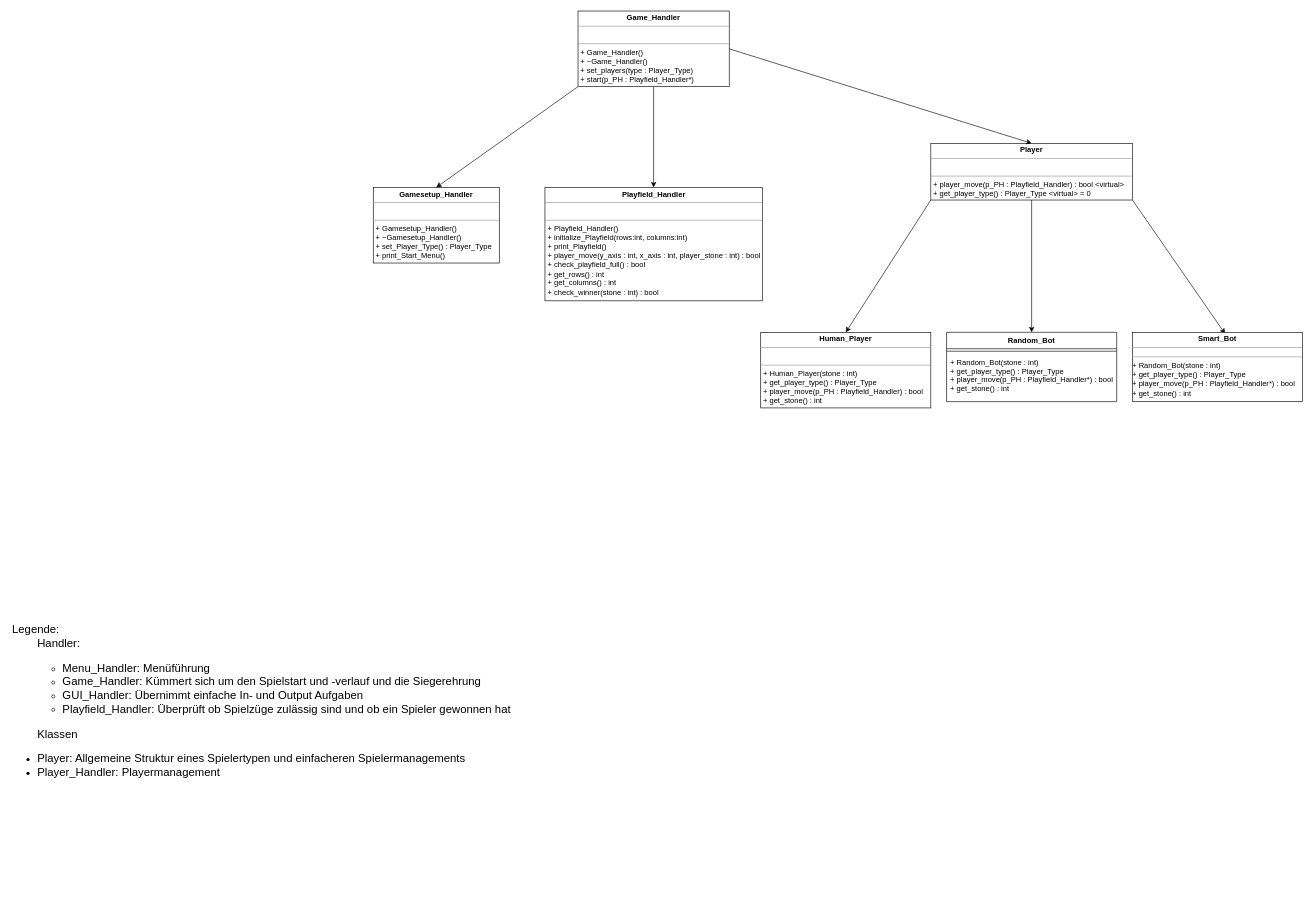
Above: Programm.drawio in Davorus/TicTacToe (draw.io), before the change. Source tidied: cells renumbered, new cells numbered last; positions are measured from the earlier drawing's top-left corner, leaving out a move shared by most shapes. Both pictures are drawn from the tidied source at 63%, with x=0, y=0 at pixel (11, 11).
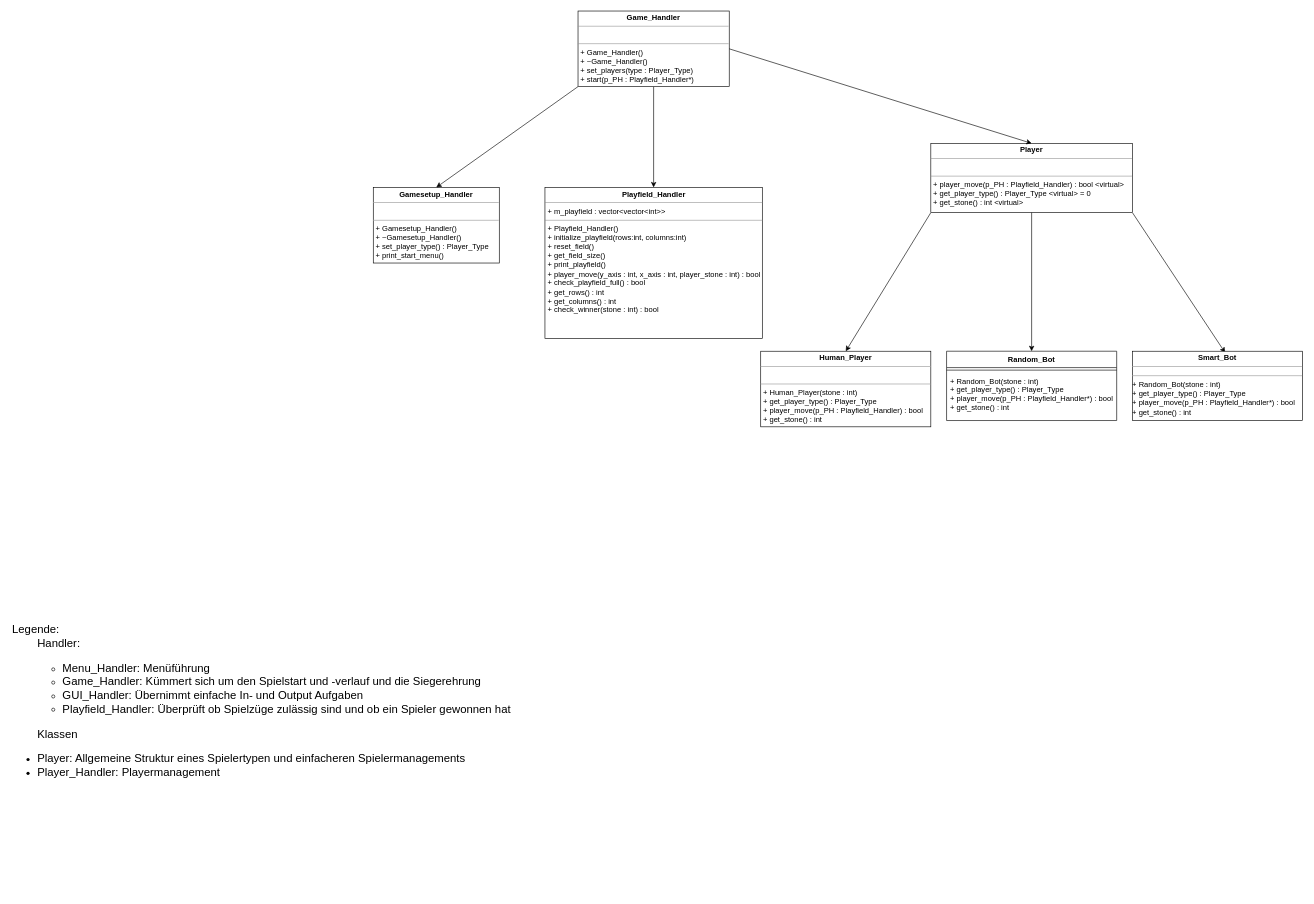
The same page after the edit.

Change to the diagram source:
```diff
@@
 <mxGraphModel>
   <root>
     <mxCell id="0" />
     <mxCell id="1" parent="0" />
-    <mxCell id="2" value="&lt;p style=&quot;margin: 0px ; margin-top: 4px ; text-align: center&quot;&gt;&lt;b&gt;Gamesetup_Handler&lt;/b&gt;&lt;/p&gt;&lt;hr size=&quot;1&quot;&gt;&lt;p style=&quot;margin: 0px ; margin-left: 4px&quot;&gt;&lt;br&gt;&lt;/p&gt;&lt;hr size=&quot;1&quot;&gt;&lt;p style=&quot;margin: 0px ; margin-left: 4px&quot;&gt;+ Gamesetup_Handler()&lt;/p&gt;&lt;p style=&quot;margin: 0px ; margin-left: 4px&quot;&gt;+ ~Gamesetup_Handler()&lt;/p&gt;&lt;p style=&quot;margin: 0px ; margin-left: 4px&quot;&gt;+ set_Player_Type() : Player_Type&lt;/p&gt;&lt;p style=&quot;margin: 0px ; margin-left: 4px&quot;&gt;+ print_Start_Menu()&lt;/p&gt;" style="verticalAlign=top;align=left;overflow=fill;fontSize=12;fontFamily=Helvetica;html=1;" parent="1" vertex="1">
+    <mxCell id="2" value="&lt;p style=&quot;margin: 0px ; margin-top: 4px ; text-align: center&quot;&gt;&lt;b&gt;Gamesetup_Handler&lt;/b&gt;&lt;/p&gt;&lt;hr size=&quot;1&quot;&gt;&lt;p style=&quot;margin: 0px ; margin-left: 4px&quot;&gt;&lt;br&gt;&lt;/p&gt;&lt;hr size=&quot;1&quot;&gt;&lt;p style=&quot;margin: 0px ; margin-left: 4px&quot;&gt;+ Gamesetup_Handler()&lt;/p&gt;&lt;p style=&quot;margin: 0px ; margin-left: 4px&quot;&gt;+ ~Gamesetup_Handler()&lt;/p&gt;&lt;p style=&quot;margin: 0px ; margin-left: 4px&quot;&gt;+ set_player_type() : Player_Type&lt;/p&gt;&lt;p style=&quot;margin: 0px ; margin-left: 4px&quot;&gt;+ print_start_menu()&lt;/p&gt;" style="verticalAlign=top;align=left;overflow=fill;fontSize=12;fontFamily=Helvetica;html=1;" parent="1" vertex="1">
       <mxGeometry x="575" y="280" width="200" height="120" as="geometry" />
     </mxCell>
     <mxCell id="3" style="edgeStyle=none;html=1;exitX=0.5;exitY=1;exitDx=0;exitDy=0;entryX=0.5;entryY=0;entryDx=0;entryDy=0;" parent="1" edge="1" source="5" target="6">
       <mxGeometry relative="1" as="geometry" />
     </mxCell>
     <mxCell id="4" style="edgeStyle=none;html=1;exitX=0;exitY=1;exitDx=0;exitDy=0;entryX=0.5;entryY=0;entryDx=0;entryDy=0;" parent="1" edge="1" source="5" target="2">
       <mxGeometry relative="1" as="geometry" />
     </mxCell>
     <mxCell id="5" value="&lt;p style=&quot;margin: 0px ; margin-top: 4px ; text-align: center&quot;&gt;&lt;b&gt;Game_Handler&lt;/b&gt;&lt;/p&gt;&lt;hr size=&quot;1&quot;&gt;&lt;p style=&quot;margin: 0px ; margin-left: 4px&quot;&gt;&lt;br&gt;&lt;/p&gt;&lt;hr size=&quot;1&quot;&gt;&lt;p style=&quot;margin: 0px ; margin-left: 4px&quot;&gt;+ Game_Handler()&lt;/p&gt;&lt;p style=&quot;margin: 0px ; margin-left: 4px&quot;&gt;+ ~Game_Handler()&lt;/p&gt;&lt;p style=&quot;margin: 0px ; margin-left: 4px&quot;&gt;+ set_players(type : Player_Type)&lt;/p&gt;&lt;p style=&quot;margin: 0px ; margin-left: 4px&quot;&gt;+ start(p_PH : Playfield_Handler*)&lt;/p&gt;" style="verticalAlign=top;align=left;overflow=fill;fontSize=12;fontFamily=Helvetica;html=1;" parent="1" vertex="1">
       <mxGeometry x="900" width="240" height="120" as="geometry" />
     </mxCell>
-    <mxCell id="6" value="&lt;p style=&quot;margin: 0px ; margin-top: 4px ; text-align: center&quot;&gt;&lt;b&gt;Playfield_Handler&lt;/b&gt;&lt;/p&gt;&lt;hr size=&quot;1&quot;&gt;&lt;p style=&quot;margin: 0px ; margin-left: 4px&quot;&gt;&lt;br&gt;&lt;/p&gt;&lt;hr size=&quot;1&quot;&gt;&lt;p style=&quot;margin: 0px ; margin-left: 4px&quot;&gt;+ Playfield_Handler()&lt;/p&gt;&lt;p style=&quot;margin: 0px ; margin-left: 4px&quot;&gt;+ initialize_Playfield(rows:int, columns:int)&lt;/p&gt;&lt;p style=&quot;margin: 0px ; margin-left: 4px&quot;&gt;+ print_Playfield()&lt;/p&gt;&lt;p style=&quot;margin: 0px ; margin-left: 4px&quot;&gt;+ player_move(y_axis : int, x_axis : int, player_stone : int) : bool&lt;/p&gt;&lt;p style=&quot;margin: 0px ; margin-left: 4px&quot;&gt;+ check_playfield_full() : bool&lt;/p&gt;&lt;p style=&quot;margin: 0px ; margin-left: 4px&quot;&gt;+ get_rows() : int&lt;/p&gt;&lt;p style=&quot;margin: 0px ; margin-left: 4px&quot;&gt;+ get_columns() : int&lt;/p&gt;&lt;p style=&quot;margin: 0px ; margin-left: 4px&quot;&gt;+ check_winner(stone : int) : bool&lt;/p&gt;&lt;p style=&quot;margin: 0px ; margin-left: 4px&quot;&gt;&lt;br&gt;&lt;/p&gt;" style="verticalAlign=top;align=left;overflow=fill;fontSize=12;fontFamily=Helvetica;html=1;" parent="1" vertex="1">
-      <mxGeometry x="847.5" y="280" width="345" height="180" as="geometry" />
+    <mxCell id="6" value="&lt;p style=&quot;margin: 0px ; margin-top: 4px ; text-align: center&quot;&gt;&lt;b&gt;Playfield_Handler&lt;/b&gt;&lt;/p&gt;&lt;hr size=&quot;1&quot;&gt;&lt;p style=&quot;margin: 0px ; margin-left: 4px&quot;&gt;+ m_playfield : vector&amp;lt;vector&amp;lt;int&amp;gt;&amp;gt;&lt;/p&gt;&lt;hr size=&quot;1&quot;&gt;&lt;p style=&quot;margin: 0px ; margin-left: 4px&quot;&gt;+ Playfield_Handler()&lt;/p&gt;&lt;p style=&quot;margin: 0px ; margin-left: 4px&quot;&gt;+ initialize_playfield(rows:int, columns:int)&lt;/p&gt;&lt;p style=&quot;margin: 0px ; margin-left: 4px&quot;&gt;+ reset_field()&lt;/p&gt;&lt;p style=&quot;margin: 0px ; margin-left: 4px&quot;&gt;+ get_field_size()&lt;/p&gt;&lt;p style=&quot;margin: 0px ; margin-left: 4px&quot;&gt;+ print_playfield()&lt;/p&gt;&lt;p style=&quot;margin: 0px ; margin-left: 4px&quot;&gt;+ player_move(y_axis : int, x_axis : int, player_stone : int) : bool&lt;/p&gt;&lt;p style=&quot;margin: 0px ; margin-left: 4px&quot;&gt;+ check_playfield_full() : bool&lt;/p&gt;&lt;p style=&quot;margin: 0px ; margin-left: 4px&quot;&gt;+ get_rows() : int&lt;/p&gt;&lt;p style=&quot;margin: 0px ; margin-left: 4px&quot;&gt;+ get_columns() : int&lt;/p&gt;&lt;p style=&quot;margin: 0px ; margin-left: 4px&quot;&gt;+ check_winner(stone : int) : bool&lt;/p&gt;&lt;p style=&quot;margin: 0px ; margin-left: 4px&quot;&gt;&lt;br&gt;&lt;/p&gt;" style="verticalAlign=top;align=left;overflow=fill;fontSize=12;fontFamily=Helvetica;html=1;" parent="1" vertex="1">
+      <mxGeometry x="847.5" y="280" width="345" height="240" as="geometry" />
     </mxCell>
     <mxCell id="7" style="edgeStyle=none;html=1;exitX=0;exitY=1;exitDx=0;exitDy=0;entryX=0.5;entryY=0;entryDx=0;entryDy=0;" parent="1" edge="1" source="8" target="9">
       <mxGeometry relative="1" as="geometry" />
     </mxCell>
-    <mxCell id="8" value="&lt;p style=&quot;margin: 0px ; margin-top: 4px ; text-align: center&quot;&gt;&lt;b&gt;Player&lt;/b&gt;&lt;/p&gt;&lt;hr size=&quot;1&quot;&gt;&lt;p style=&quot;margin: 0px ; margin-left: 4px&quot;&gt;&lt;br&gt;&lt;/p&gt;&lt;hr size=&quot;1&quot;&gt;&lt;p style=&quot;margin: 0px ; margin-left: 4px&quot;&gt;+ player_move(p_PH : Playfield_Handler) : bool &amp;lt;virtual&amp;gt;&lt;/p&gt;&lt;p style=&quot;margin: 0px ; margin-left: 4px&quot;&gt;+ get_player_type() : Player_Type &amp;lt;virtual&amp;gt; = 0&lt;/p&gt;" style="verticalAlign=top;align=left;overflow=fill;fontSize=12;fontFamily=Helvetica;html=1;" parent="1" vertex="1">
-      <mxGeometry x="1460" y="210" width="320" height="90" as="geometry" />
+    <mxCell id="8" value="&lt;p style=&quot;margin: 0px ; margin-top: 4px ; text-align: center&quot;&gt;&lt;b&gt;Player&lt;/b&gt;&lt;/p&gt;&lt;hr size=&quot;1&quot;&gt;&lt;p style=&quot;margin: 0px ; margin-left: 4px&quot;&gt;&lt;br&gt;&lt;/p&gt;&lt;hr size=&quot;1&quot;&gt;&lt;p style=&quot;margin: 0px ; margin-left: 4px&quot;&gt;+ player_move(p_PH : Playfield_Handler) : bool &amp;lt;virtual&amp;gt;&lt;/p&gt;&lt;p style=&quot;margin: 0px ; margin-left: 4px&quot;&gt;+ get_player_type() : Player_Type &amp;lt;virtual&amp;gt; = 0&lt;/p&gt;&lt;p style=&quot;margin: 0px ; margin-left: 4px&quot;&gt;+ get_stone() : int &amp;lt;virtual&amp;gt;&lt;/p&gt;" style="verticalAlign=top;align=left;overflow=fill;fontSize=12;fontFamily=Helvetica;html=1;" parent="1" vertex="1">
+      <mxGeometry x="1460" y="210" width="320" height="110" as="geometry" />
     </mxCell>
     <mxCell id="9" value="&lt;p style=&quot;margin: 0px ; margin-top: 4px ; text-align: center&quot;&gt;&lt;b&gt;Human_Player&lt;/b&gt;&lt;/p&gt;&lt;hr size=&quot;1&quot;&gt;&lt;p style=&quot;margin: 0px ; margin-left: 4px&quot;&gt;&lt;br&gt;&lt;/p&gt;&lt;hr size=&quot;1&quot;&gt;&lt;p style=&quot;margin: 0px ; margin-left: 4px&quot;&gt;+ Human_Player(stone : int)&lt;/p&gt;&lt;p style=&quot;margin: 0px ; margin-left: 4px&quot;&gt;+ get_player_type() : Player_Type&lt;/p&gt;&lt;p style=&quot;margin: 0px ; margin-left: 4px&quot;&gt;+ player_move(p_PH : Playfield_Handler) : bool&lt;/p&gt;&lt;p style=&quot;margin: 0px ; margin-left: 4px&quot;&gt;+ get_stone() : int&lt;/p&gt;" style="verticalAlign=top;align=left;overflow=fill;fontSize=12;fontFamily=Helvetica;html=1;" parent="1" vertex="1">
-      <mxGeometry x="1190" y="510" width="270" height="120" as="geometry" />
+      <mxGeometry x="1190" y="540" width="270" height="120" as="geometry" />
     </mxCell>
     <mxCell id="10" style="edgeStyle=none;html=1;entryX=0.5;entryY=0;entryDx=0;entryDy=0;exitX=0.5;exitY=1;exitDx=0;exitDy=0;" parent="1" edge="1" source="8" target="15">
       <mxGeometry relative="1" as="geometry" />
     </mxCell>
     <mxCell id="11" style="edgeStyle=none;html=1;exitX=1;exitY=1;exitDx=0;exitDy=0;entryX=0.545;entryY=0.021;entryDx=0;entryDy=0;entryPerimeter=0;" parent="1" edge="1" source="8" target="13">
       <mxGeometry relative="1" as="geometry" />
     </mxCell>
     <mxCell id="12" value="&lt;font style=&quot;font-size: 18px&quot;&gt;Legende:&lt;br&gt;&lt;span style=&quot;white-space: pre&quot;&gt;&#9;&lt;/span&gt;Handler:&lt;br&gt;&lt;/font&gt;&lt;ul style=&quot;font-size: 18px&quot;&gt;&lt;ul&gt;&lt;li&gt;&lt;font style=&quot;font-size: 18px&quot;&gt;Menu_Handler: Menüführung&lt;/font&gt;&lt;/li&gt;&lt;li&gt;&lt;font style=&quot;font-size: 18px&quot;&gt;Game_Handler: Kümmert sich um den Spielstart und -verlauf und die Siegerehrung&lt;/font&gt;&lt;/li&gt;&lt;li&gt;&lt;font style=&quot;font-size: 18px&quot;&gt;GUI_Handler: Übernimmt einfache In- und Output Aufgaben&lt;/font&gt;&lt;/li&gt;&lt;li&gt;&lt;font style=&quot;font-size: 18px&quot;&gt;Playfield_Handler: Überprüft ob Spielzüge zulässig sind und ob ein Spieler gewonnen hat&lt;/font&gt;&lt;/li&gt;&lt;/ul&gt;&lt;/ul&gt;&lt;font style=&quot;font-size: 18px&quot;&gt;&lt;span style=&quot;white-space: pre&quot;&gt;&#9;&lt;/span&gt;Klassen&lt;br&gt;&lt;/font&gt;&lt;ul style=&quot;font-size: 18px&quot;&gt;&lt;li&gt;&lt;font style=&quot;font-size: 18px&quot;&gt;Player: Allgemeine Struktur eines Spielertypen und einfacheren Spielermanagements&lt;/font&gt;&lt;/li&gt;&lt;li&gt;&lt;font style=&quot;font-size: 18px&quot;&gt;Player_Handler: Playermanagement&lt;/font&gt;&lt;/li&gt;&lt;/ul&gt;" style="text;html=1;strokeColor=none;fillColor=none;align=left;verticalAlign=middle;whiteSpace=wrap;rounded=0;" parent="1" vertex="1">
       <mxGeometry y="810" width="1350" height="590" as="geometry" />
     </mxCell>
     <mxCell id="13" value="&lt;p style=&quot;margin: 0px ; margin-top: 4px ; text-align: center&quot;&gt;&lt;b&gt;Smart_Bot&lt;/b&gt;&lt;/p&gt;&lt;hr size=&quot;1&quot;&gt;&lt;div style=&quot;height: 2px&quot;&gt;&lt;/div&gt;&lt;hr size=&quot;1&quot;&gt;&lt;div style=&quot;height: 2px&quot;&gt;+ Random_Bot(stone : int)&lt;br style=&quot;padding: 0px ; margin: 0px&quot;&gt;+ get_player_type() : Player_Type&lt;br style=&quot;padding: 0px ; margin: 0px&quot;&gt;+ player_move(p_PH : Playfield_Handler*) : bool&lt;br style=&quot;padding: 0px ; margin: 0px&quot;&gt;+ get_stone() : int&lt;/div&gt;" style="verticalAlign=top;align=left;overflow=fill;fontSize=12;fontFamily=Helvetica;html=1;" parent="1" vertex="1">
-      <mxGeometry x="1780" y="510" width="270" height="110" as="geometry" />
+      <mxGeometry x="1780" y="540" width="270" height="110" as="geometry" />
     </mxCell>
     <mxCell id="14" style="edgeStyle=none;html=1;exitX=1;exitY=0.5;exitDx=0;exitDy=0;entryX=0.5;entryY=0;entryDx=0;entryDy=0;" parent="1" edge="1" source="5" target="8">
       <mxGeometry relative="1" as="geometry" />
     </mxCell>
     <mxCell id="15" value="Random_Bot" style="swimlane;fontStyle=1;align=center;verticalAlign=top;horizontal=1;startSize=26;" parent="1" vertex="1">
-      <mxGeometry x="1485" y="510" width="270" height="110" as="geometry" />
+      <mxGeometry x="1485" y="540" width="270" height="110" as="geometry" />
     </mxCell>
     <mxCell id="16" style="line;strokeWidth=1;fillColor=none;align=left;verticalAlign=middle;spacingTop=-1;spacingLeft=3;spacingRight=3;labelPosition=right;" parent="15" vertex="1">
       <mxGeometry y="26" width="270" height="8" as="geometry" />
     </mxCell>
     <mxCell id="17" value="+ Random_Bot(stone : int)&#10;+ get_player_type() : Player_Type&#10;+ player_move(p_PH : Playfield_Handler*) : bool&#10;+ get_stone() : int" style="text;strokeColor=none;fillColor=none;align=left;verticalAlign=top;spacingLeft=4;spacingRight=4;overflow=hidden;" parent="15" vertex="1">
       <mxGeometry y="34" width="270" height="76" as="geometry" />
     </mxCell>
   </root>
 </mxGraphModel>
```
